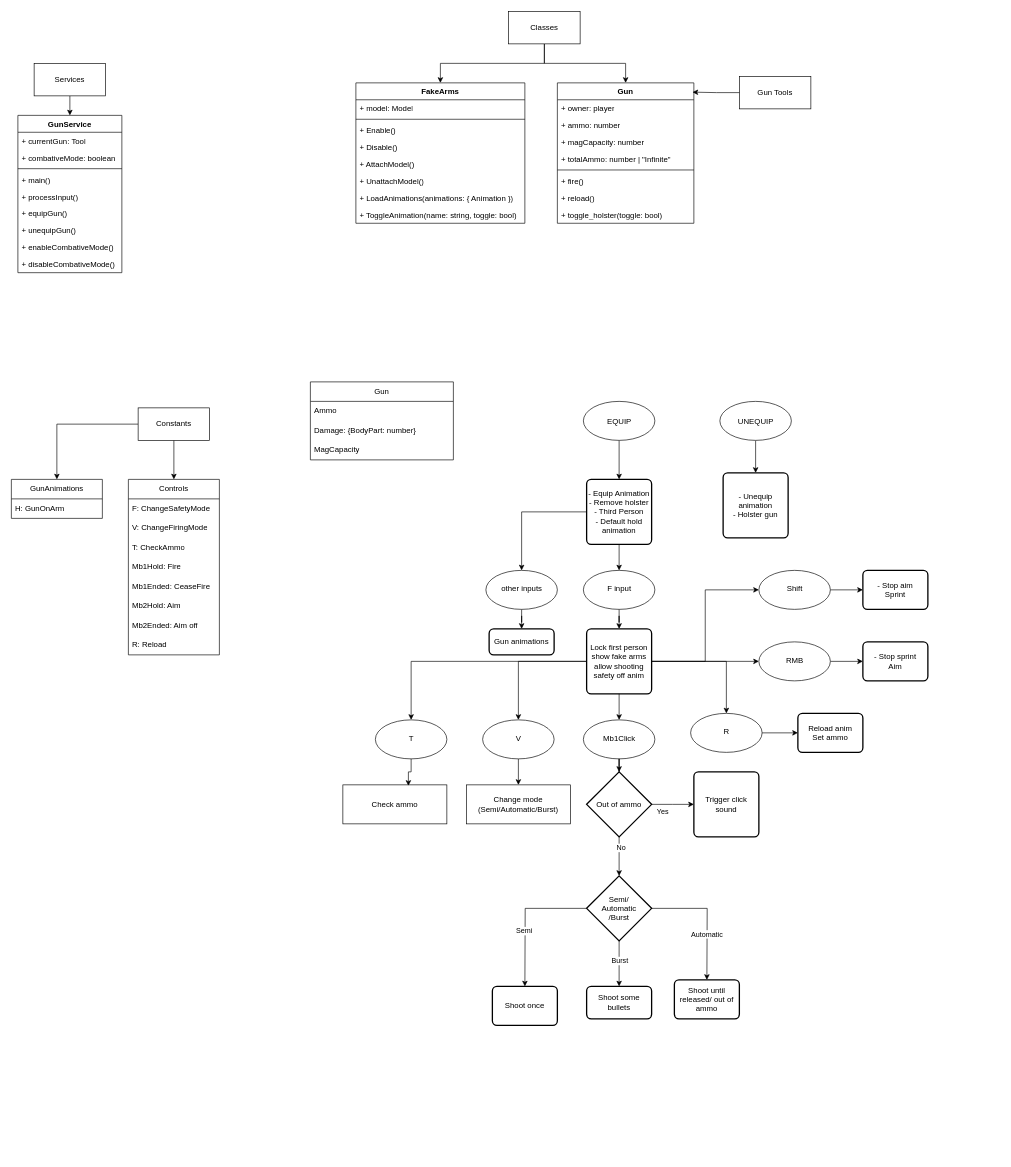
The draw.io diagram Personal/Gun System.drawio in olimaly/Diagrams, before the edit. Source tidied: cells renumbered, new cells numbered last; positions are measured from the earlier drawing's top-left corner, leaving out a move shared by most shapes. Both pictures are drawn from the tidied source at 65%, with x=0, y=0 at pixel (11, 11).
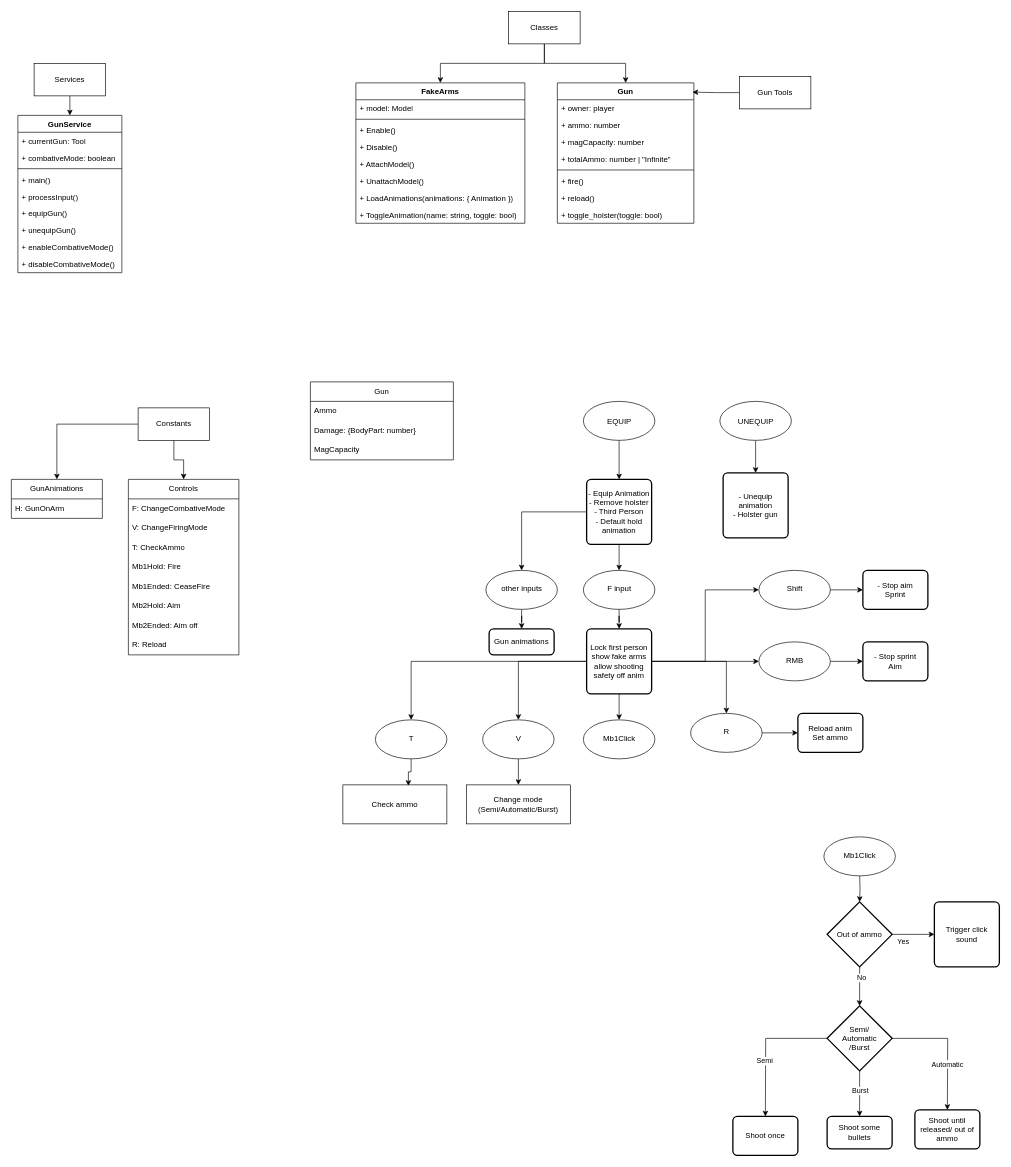
The same diagram, later.

Unchanged cells that the change refers to:
```xml
<mxCell id="21" value="&lt;p style=&quot;line-height: 0%; margin-top: 0px; margin-bottom: 0px;&quot;&gt;Mb1Click&lt;/p&gt;" style="verticalLabelPosition=middle;verticalAlign=middle;html=1;shape=mxgraph.flowchart.on-page_reference;align=center;movableLabel=0;labelPosition=center;" parent="1" vertex="1">
  <mxGeometry x="880" y="1090" width="110" height="60" as="geometry" />
</mxCell>
```

Diff of the diagram source:
```diff
@@
     <mxCell id="23" style="edgeStyle=orthogonalEdgeStyle;rounded=0;jettySize=auto;html=1;" parent="1" edge="1" source="29">
       <mxGeometry relative="1" as="geometry">
-        <mxPoint x="790" y="1500" as="targetPoint" />
+        <mxPoint x="1160" y="1700" as="targetPoint" />
       </mxGeometry>
     </mxCell>
@@
     <mxCell id="25" style="edgeStyle=orthogonalEdgeStyle;rounded=0;jettySize=auto;html=1;" parent="1" edge="1" source="29">
       <mxGeometry relative="1" as="geometry">
-        <mxPoint x="1070" y="1490" as="targetPoint" />
+        <mxPoint x="1440" y="1690" as="targetPoint" />
       </mxGeometry>
     </mxCell>
@@
     <mxCell id="27" style="edgeStyle=orthogonalEdgeStyle;rounded=0;jettySize=auto;html=1;" parent="1" edge="1" source="29">
       <mxGeometry relative="1" as="geometry">
-        <mxPoint x="935" y="1500" as="targetPoint" />
+        <mxPoint x="1305" y="1700" as="targetPoint" />
       </mxGeometry>
     </mxCell>
@@
     <mxCell id="29" value="Semi/&lt;div&gt;Automatic&lt;div&gt;/Burst&lt;/div&gt;&lt;/div&gt;" style="strokeWidth=2;html=1;shape=mxgraph.flowchart.decision;whiteSpace=wrap;" parent="1" vertex="1">
-      <mxGeometry x="885" y="1330" width="100" height="100" as="geometry" />
+      <mxGeometry x="1255" y="1530" width="100" height="100" as="geometry" />
     </mxCell>
@@
     <mxCell id="32" value="Shoot once" style="rounded=1;whiteSpace=wrap;html=1;absoluteArcSize=1;arcSize=14;strokeWidth=2;" parent="1" vertex="1">
-      <mxGeometry x="740" y="1500" width="100" height="60" as="geometry" />
+      <mxGeometry x="1110" y="1700" width="100" height="60" as="geometry" />
     </mxCell>
     <mxCell id="33" value="Shoot some bullets" style="rounded=1;whiteSpace=wrap;html=1;absoluteArcSize=1;arcSize=14;strokeWidth=2;" parent="1" vertex="1">
-      <mxGeometry x="885" y="1500" width="100" height="50" as="geometry" />
+      <mxGeometry x="1255" y="1700" width="100" height="50" as="geometry" />
     </mxCell>
     <mxCell id="34" value="Shoot until released/ out of ammo" style="rounded=1;whiteSpace=wrap;html=1;absoluteArcSize=1;arcSize=14;strokeWidth=2;" parent="1" vertex="1">
-      <mxGeometry x="1020" y="1490" width="100" height="60" as="geometry" />
+      <mxGeometry x="1390" y="1690" width="100" height="60" as="geometry" />
     </mxCell>
-    <mxCell id="35" style="edgeStyle=orthogonalEdgeStyle;rounded=0;jettySize=auto;html=1;entryX=0.5;entryY=0;entryDx=0;entryDy=0;entryPerimeter=0;" parent="1" edge="1" source="21" target="38">
-      <mxGeometry relative="1" as="geometry" />
+    <mxCell id="35" style="edgeStyle=orthogonalEdgeStyle;rounded=0;jettySize=auto;html=1;entryX=0.5;entryY=0;entryDx=0;entryDy=0;entryPerimeter=0;" parent="1" edge="1" target="38">
+      <mxGeometry relative="1" as="geometry">
+        <mxPoint x="1305.1" y="1330" as="sourcePoint" />
+      </mxGeometry>
     </mxCell>
     <mxCell id="36" style="edgeStyle=orthogonalEdgeStyle;rounded=0;jettySize=auto;html=1;" parent="1" edge="1" source="38">
       <mxGeometry relative="1" as="geometry">
-        <mxPoint x="1050" y="1220" as="targetPoint" />
+        <mxPoint x="1420" y="1420" as="targetPoint" />
       </mxGeometry>
     </mxCell>
@@
     <mxCell id="38" value="Out of ammo" style="strokeWidth=2;html=1;shape=mxgraph.flowchart.decision;whiteSpace=wrap;" parent="1" vertex="1">
-      <mxGeometry x="885" y="1170" width="100" height="100" as="geometry" />
+      <mxGeometry x="1255" y="1370" width="100" height="100" as="geometry" />
     </mxCell>
     <mxCell id="39" value="Trigger click sound" style="rounded=1;whiteSpace=wrap;html=1;absoluteArcSize=1;arcSize=14;strokeWidth=2;" parent="1" vertex="1">
-      <mxGeometry x="1050" y="1170" width="100" height="100" as="geometry" />
+      <mxGeometry x="1420" y="1370" width="100" height="100" as="geometry" />
     </mxCell>
@@
     <mxCell id="62" value="Controls" style="swimlane;fontStyle=0;horizontal=1;startSize=30;whiteSpace=wrap;html=1;" parent="1" vertex="1">
-      <mxGeometry x="180" y="720" width="140" height="270" as="geometry" />
+      <mxGeometry x="180" y="720" width="170" height="270" as="geometry" />
     </mxCell>
-    <mxCell id="63" value="F: ChangeSafetyMode" style="text;strokeColor=none;fillColor=none;align=left;verticalAlign=middle;spacingLeft=4;spacingRight=4;overflow=hidden;whiteSpace=wrap;html=1;" parent="62" vertex="1">
-      <mxGeometry y="30" width="140" height="30" as="geometry" />
+    <mxCell id="63" value="F: ChangeCombativeMode" style="text;strokeColor=none;fillColor=none;align=left;verticalAlign=middle;spacingLeft=4;spacingRight=4;overflow=hidden;whiteSpace=wrap;html=1;" parent="62" vertex="1">
+      <mxGeometry y="30" width="170" height="30" as="geometry" />
     </mxCell>
     <mxCell id="64" value="V: ChangeFiringMode" style="text;strokeColor=none;fillColor=none;align=left;verticalAlign=middle;spacingLeft=4;spacingRight=4;overflow=hidden;whiteSpace=wrap;html=1;" parent="62" vertex="1">
-      <mxGeometry y="60" width="140" height="30" as="geometry" />
+      <mxGeometry y="60" width="170" height="30" as="geometry" />
     </mxCell>
     <mxCell id="65" value="T: CheckAmmo" style="text;strokeColor=none;fillColor=none;align=left;verticalAlign=middle;spacingLeft=4;spacingRight=4;overflow=hidden;whiteSpace=wrap;html=1;" parent="62" vertex="1">
-      <mxGeometry y="90" width="140" height="30" as="geometry" />
+      <mxGeometry y="90" width="170" height="30" as="geometry" />
     </mxCell>
     <mxCell id="66" value="Mb1Hold: Fire" style="text;strokeColor=none;fillColor=none;align=left;verticalAlign=middle;spacingLeft=4;spacingRight=4;overflow=hidden;whiteSpace=wrap;html=1;" parent="62" vertex="1">
-      <mxGeometry y="120" width="140" height="30" as="geometry" />
+      <mxGeometry y="120" width="170" height="30" as="geometry" />
     </mxCell>
     <mxCell id="67" value="Mb1Ended: CeaseFire" style="text;strokeColor=none;fillColor=none;align=left;verticalAlign=middle;spacingLeft=4;spacingRight=4;overflow=hidden;whiteSpace=wrap;html=1;" parent="62" vertex="1">
-      <mxGeometry y="150" width="140" height="30" as="geometry" />
+      <mxGeometry y="150" width="170" height="30" as="geometry" />
     </mxCell>
     <mxCell id="68" value="Mb2Hold: Aim" style="text;strokeColor=none;fillColor=none;align=left;verticalAlign=middle;spacingLeft=4;spacingRight=4;overflow=hidden;whiteSpace=wrap;html=1;" parent="62" vertex="1">
-      <mxGeometry y="180" width="140" height="30" as="geometry" />
+      <mxGeometry y="180" width="170" height="30" as="geometry" />
     </mxCell>
     <mxCell id="69" value="Mb2Ended: Aim off" style="text;strokeColor=none;fillColor=none;align=left;verticalAlign=middle;spacingLeft=4;spacingRight=4;overflow=hidden;whiteSpace=wrap;html=1;" parent="62" vertex="1">
-      <mxGeometry y="210" width="140" height="30" as="geometry" />
+      <mxGeometry y="210" width="170" height="30" as="geometry" />
     </mxCell>
     <mxCell id="70" value="R: Reload" style="text;strokeColor=none;fillColor=none;align=left;verticalAlign=middle;spacingLeft=4;spacingRight=4;overflow=hidden;whiteSpace=wrap;html=1;" parent="62" vertex="1">
-      <mxGeometry y="240" width="140" height="30" as="geometry" />
+      <mxGeometry y="240" width="170" height="30" as="geometry" />
     </mxCell>
@@
+    <mxCell id="108" value="&lt;p style=&quot;line-height: 0%; margin-top: 0px; margin-bottom: 0px;&quot;&gt;Mb1Click&lt;/p&gt;" style="verticalLabelPosition=middle;verticalAlign=middle;html=1;shape=mxgraph.flowchart.on-page_reference;align=center;movableLabel=0;labelPosition=center;" parent="1" vertex="1">
+      <mxGeometry x="1250" y="1270" width="110" height="60" as="geometry" />
+    </mxCell>
```
